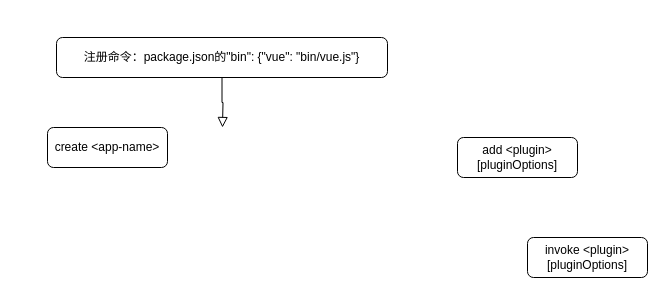
Before: frontend/vue-cli-2.drawio in Rockergmail/draw.io, a draw.io diagram. Source tidied: cells renumbered, new cells numbered last; positions are measured from the earlier drawing's top-left corner, leaving out a move shared by most shapes. Both pictures are drawn from the tidied source at 100%, with x=0, y=0 at pixel (47, 37).
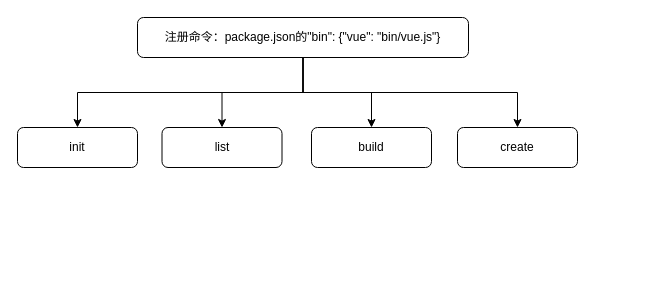
Above is the later version.

Change to the diagram source:
```diff
@@
 <mxGraphModel>
   <root>
     <mxCell id="0" />
     <mxCell id="1" parent="0" />
-    <mxCell id="2" style="rounded=0;html=1;jettySize=auto;fontSize=11;endArrow=block;endFill=0;endSize=8;strokeWidth=1;shadow=0;labelBackgroundColor=none;edgeStyle=orthogonalEdgeStyle;" parent="1" edge="1" source="3">
-      <mxGeometry relative="1" as="geometry">
-        <mxPoint x="175" y="90" as="targetPoint" />
-      </mxGeometry>
-    </mxCell>
+    <mxCell id="7" style="edgeStyle=orthogonalEdgeStyle;rounded=0;jettySize=auto;html=1;entryX=0.5;entryY=0;entryDx=0;entryDy=0;" parent="1" edge="1" source="3" target="6">
+      <mxGeometry relative="1" as="geometry" />
+    </mxCell>
+    <mxCell id="8" style="edgeStyle=orthogonalEdgeStyle;rounded=0;jettySize=auto;html=1;entryX=0.5;entryY=0;entryDx=0;entryDy=0;" parent="1" edge="1" source="3" target="11">
+      <mxGeometry relative="1" as="geometry" />
+    </mxCell>
+    <mxCell id="9" style="edgeStyle=orthogonalEdgeStyle;rounded=0;jettySize=auto;html=1;entryX=0.5;entryY=0;entryDx=0;entryDy=0;" parent="1" edge="1" source="3" target="4">
+      <mxGeometry relative="1" as="geometry" />
+    </mxCell>
+    <mxCell id="10" style="edgeStyle=orthogonalEdgeStyle;rounded=0;jettySize=auto;html=1;entryX=0.5;entryY=0;entryDx=0;entryDy=0;" parent="1" edge="1" source="3" target="5">
+      <mxGeometry relative="1" as="geometry" />
+    </mxCell>
     <mxCell id="3" value="注册命令：package.json的&lt;span style=&quot;background-color: initial;&quot;&gt;&quot;bin&quot;: {&lt;/span&gt;&lt;span style=&quot;background-color: initial;&quot;&gt;&quot;vue&quot;: &quot;bin/vue.js&quot;&lt;/span&gt;&lt;span style=&quot;background-color: initial;&quot;&gt;}&lt;/span&gt;&lt;span style=&quot;background-color: initial;&quot;&gt;&lt;br&gt;&lt;/span&gt;" style="rounded=1;whiteSpace=wrap;html=1;fontSize=12;glass=0;strokeWidth=1;shadow=0;" parent="1" vertex="1">
-      <mxGeometry x="9" width="331" height="40" as="geometry" />
+      <mxGeometry x="90" y="-20" width="331" height="40" as="geometry" />
     </mxCell>
-    <mxCell id="4" value="&lt;span style=&quot;background-color: initial;&quot;&gt;create &amp;lt;app-name&amp;gt;&lt;br&gt;&lt;/span&gt;" style="rounded=1;whiteSpace=wrap;html=1;fontSize=12;glass=0;strokeWidth=1;shadow=0;" parent="1" vertex="1">
-      <mxGeometry y="90" width="120" height="40" as="geometry" />
+    <mxCell id="4" value="&lt;span style=&quot;background-color: initial;&quot;&gt;init&lt;br&gt;&lt;/span&gt;" style="rounded=1;whiteSpace=wrap;html=1;fontSize=12;glass=0;strokeWidth=1;shadow=0;" parent="1" vertex="1">
+      <mxGeometry x="-30" y="90" width="120" height="40" as="geometry" />
     </mxCell>
-    <mxCell id="5" value="&lt;span style=&quot;background-color: initial;&quot;&gt;add &amp;lt;plugin&amp;gt; [pluginOptions]&lt;br&gt;&lt;/span&gt;" style="rounded=1;whiteSpace=wrap;html=1;fontSize=12;glass=0;strokeWidth=1;shadow=0;" parent="1" vertex="1">
-      <mxGeometry x="410" y="100" width="120" height="40" as="geometry" />
+    <mxCell id="5" value="&lt;span style=&quot;background-color: initial;&quot;&gt;list&lt;br&gt;&lt;/span&gt;" style="rounded=1;whiteSpace=wrap;html=1;fontSize=12;glass=0;strokeWidth=1;shadow=0;" parent="1" vertex="1">
+      <mxGeometry x="114.5" y="90" width="120" height="40" as="geometry" />
     </mxCell>
-    <mxCell id="6" value="&lt;span style=&quot;background-color: initial;&quot;&gt;invoke &amp;lt;plugin&amp;gt; [pluginOptions]&lt;br&gt;&lt;/span&gt;" style="rounded=1;whiteSpace=wrap;html=1;fontSize=12;glass=0;strokeWidth=1;shadow=0;" parent="1" vertex="1">
-      <mxGeometry x="480" y="200" width="120" height="40" as="geometry" />
+    <mxCell id="6" value="&lt;span style=&quot;background-color: initial;&quot;&gt;build&lt;br&gt;&lt;/span&gt;" style="rounded=1;whiteSpace=wrap;html=1;fontSize=12;glass=0;strokeWidth=1;shadow=0;" parent="1" vertex="1">
+      <mxGeometry x="264" y="90" width="120" height="40" as="geometry" />
     </mxCell>
+    <mxCell id="11" value="&lt;span style=&quot;background-color: initial;&quot;&gt;create&lt;br&gt;&lt;/span&gt;" style="rounded=1;whiteSpace=wrap;html=1;fontSize=12;glass=0;strokeWidth=1;shadow=0;" parent="1" vertex="1">
+      <mxGeometry x="410" y="90" width="120" height="40" as="geometry" />
+    </mxCell>
   </root>
 </mxGraphModel>
```
